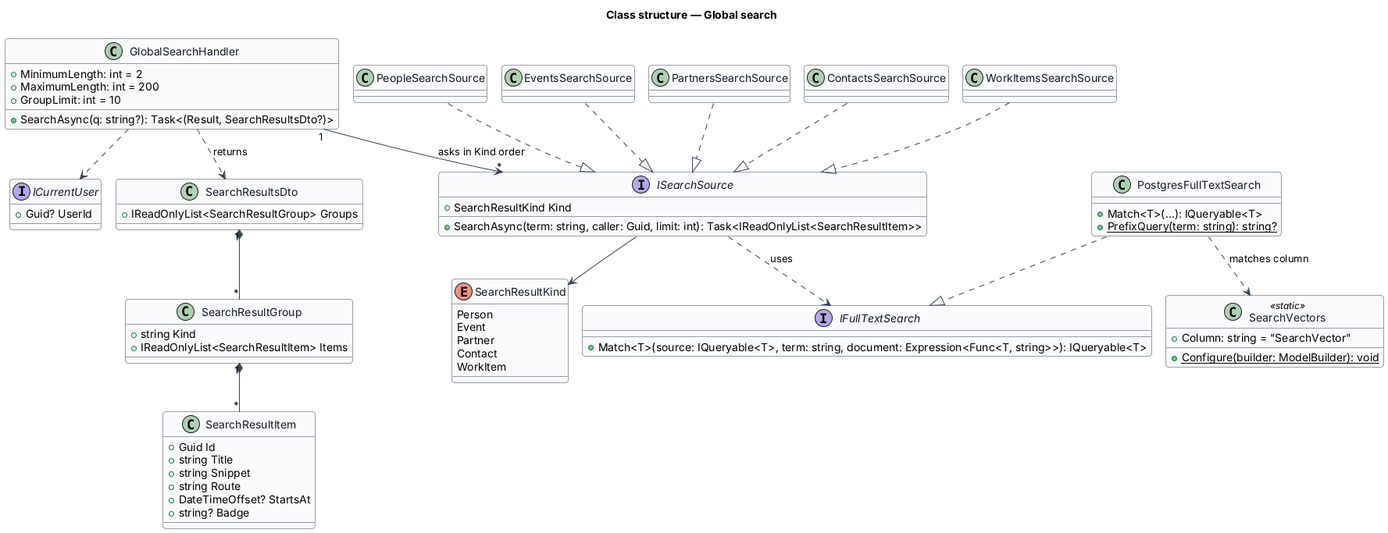
QuinntyneBrown/faithtech-community keeps this PlantUML diagram as docs/detailed-designs/search/global-search/diagrams/class-structure.png. Above is the earlier version. The source it was exported from:
```plantuml
@startuml
!pragma layout smetana
skinparam backgroundColor #FFFFFF
skinparam shadowing false
skinparam roundcorner 8
skinparam defaultFontName Arial
skinparam ArrowColor #344054
skinparam class {
  BorderColor #344054
  FontColor #101828
  BackgroundColor #F9FAFB
}
title Class structure — Global search

class GlobalSearchHandler {
  +MinimumLength: int = 2
  +MaximumLength: int = 200
  +GroupLimit: int = 10
  +SearchAsync(q: string?): Task<(Result, SearchResultsDto?)>
}
interface ICurrentUser {
  +Guid? UserId
}
interface ISearchSource {
  +SearchResultKind Kind
  +SearchAsync(term: string, caller: Guid, limit: int): Task<IReadOnlyList<SearchResultItem>>
}
class PeopleSearchSource
class EventsSearchSource
class PartnersSearchSource
class ContactsSearchSource
class WorkItemsSearchSource
interface IFullTextSearch {
  +Match<T>(source: IQueryable<T>, term: string, document: Expression<Func<T, string>>): IQueryable<T>
}
class PostgresFullTextSearch {
  +Match<T>(...): IQueryable<T>
  +{static} PrefixQuery(term: string): string?
}
class SearchVectors <<static>> {
  +Column: string = "SearchVector"
  +{static} Configure(builder: ModelBuilder): void
}
enum SearchResultKind {
  Person
  Event
  Partner
  Contact
  WorkItem
}
class SearchResultsDto {
  +IReadOnlyList<SearchResultGroup> Groups
}
class SearchResultGroup {
  +string Kind
  +IReadOnlyList<SearchResultItem> Items
}
class SearchResultItem {
  +Guid Id
  +string Title
  +string Snippet
  +string Route
  +DateTimeOffset? StartsAt
  +string? Badge
}
GlobalSearchHandler ..> ICurrentUser
GlobalSearchHandler "1" --> "*" ISearchSource : asks in Kind order
GlobalSearchHandler ..> SearchResultsDto : returns
PeopleSearchSource ..|> ISearchSource
EventsSearchSource ..|> ISearchSource
PartnersSearchSource ..|> ISearchSource
ContactsSearchSource ..|> ISearchSource
WorkItemsSearchSource ..|> ISearchSource
ISearchSource --> SearchResultKind
ISearchSource ..> IFullTextSearch : uses
PostgresFullTextSearch ..|> IFullTextSearch
PostgresFullTextSearch ..> SearchVectors : matches column
SearchResultsDto "1" *-- "*" SearchResultGroup
SearchResultGroup "1" *-- "*" SearchResultItem
@enduml
```
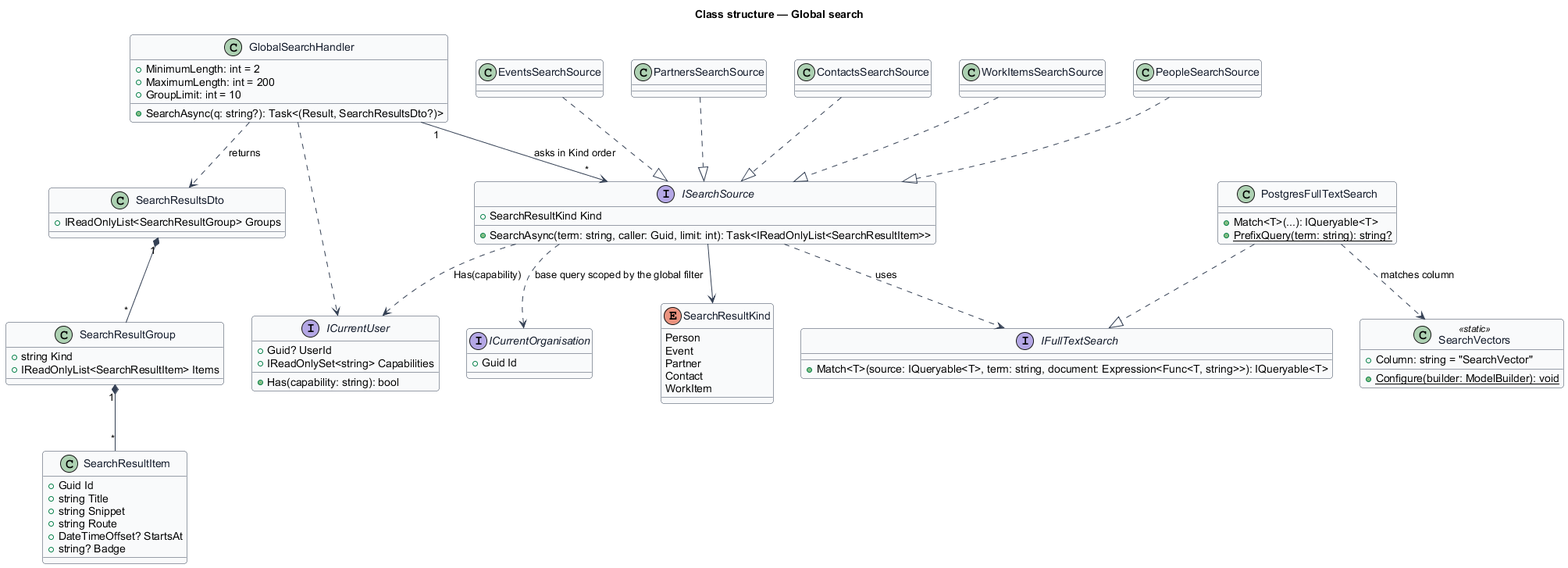
Above is the later version.

The edit, as a diff of the source:
```diff
@@ -1,5 +1,4 @@
 @startuml
-!pragma layout smetana
 skinparam backgroundColor #FFFFFF
 skinparam shadowing false
 skinparam roundcorner 8
@@ -20,6 +19,11 @@
 }
 interface ICurrentUser {
   +Guid? UserId
+  +IReadOnlySet<string> Capabilities
+  +Has(capability: string): bool
+}
+interface ICurrentOrganisation {
+  +Guid Id
 }
 interface ISearchSource {
   +SearchResultKind Kind
@@ -73,6 +77,8 @@
 WorkItemsSearchSource ..|> ISearchSource
 ISearchSource --> SearchResultKind
 ISearchSource ..> IFullTextSearch : uses
+ISearchSource ..> ICurrentUser : Has(capability)
+ISearchSource ..> ICurrentOrganisation : base query scoped by the global filter
 PostgresFullTextSearch ..|> IFullTextSearch
 PostgresFullTextSearch ..> SearchVectors : matches column
 SearchResultsDto "1" *-- "*" SearchResultGroup
```
